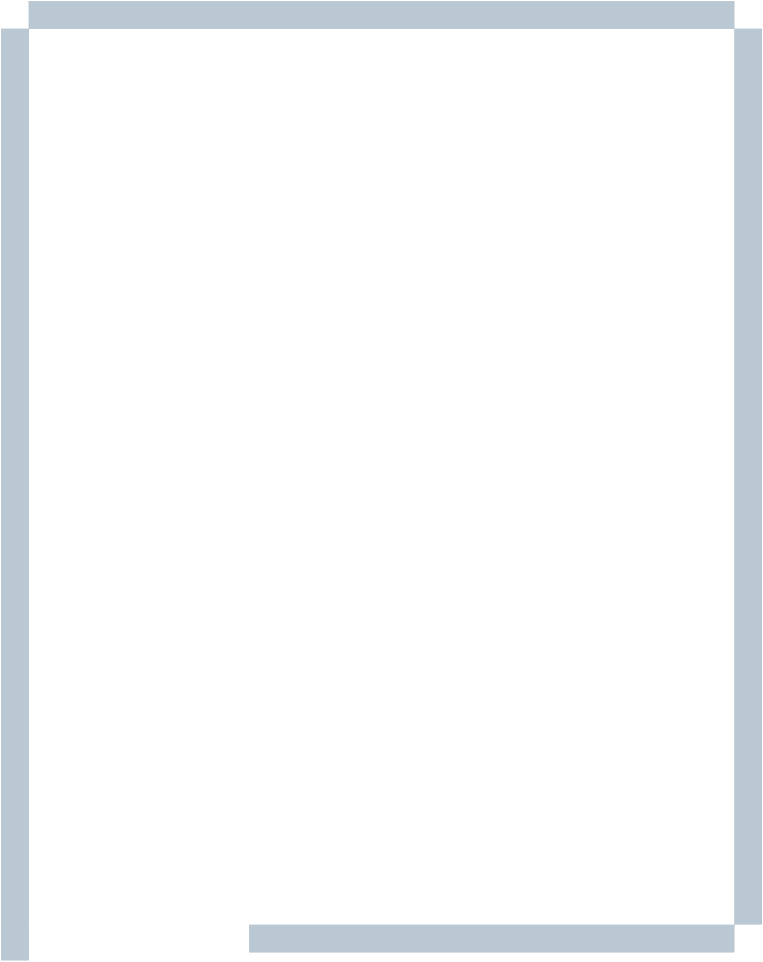
Earlier version of the draw.io diagram Диаграмма без названия.drawio (Tretyak0ff/schemes). Source tidied: cells renumbered, new cells numbered last; positions are measured from the earlier drawing's top-left corner, leaving out a move shared by most shapes. Both pictures are drawn from the tidied source at 7%, with x=0, y=0 at pixel (1, 1).
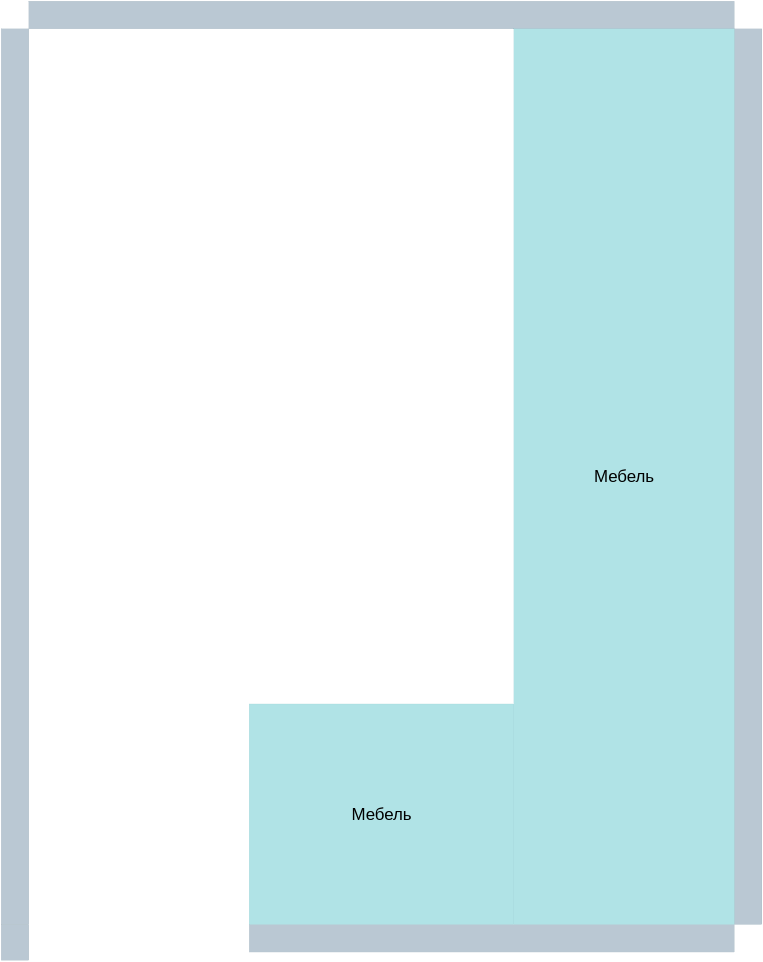
After the change.

The edit, as a diff of the source:
```diff
@@
 <mxGraphModel background="#ffffff">
   <root>
     <mxCell id="0" />
     <mxCell id="1" parent="0" />
     <mxCell id="2" style="rounded=0;whiteSpace=wrap;html=1;fillColor=#bac8d3;strokeColor=#23445d;" parent="1" vertex="1">
       <mxGeometry x="10473" y="394" width="393.7" height="12795.2" as="geometry" />
     </mxCell>
     <mxCell id="3" style="rounded=0;whiteSpace=wrap;html=1;fillColor=#bac8d3;strokeColor=#23445d;" parent="1" vertex="1">
       <mxGeometry x="394" width="10078.7" height="393.7" as="geometry" />
     </mxCell>
     <mxCell id="4" style="rounded=0;whiteSpace=wrap;html=1;fillColor=#bac8d3;strokeColor=#23445d;" parent="1" vertex="1">
       <mxGeometry x="0.3" y="393.7" width="393.7" height="12795.2" as="geometry" />
     </mxCell>
     <mxCell id="5" style="rounded=0;whiteSpace=wrap;html=1;fillColor=#bac8d3;strokeColor=#23445d;" parent="1" vertex="1">
-      <mxGeometry x="3543.9" y="13194" width="6929.1" height="393.7" as="geometry" />
+      <mxGeometry x="3543.6" y="13189.2" width="6929.1" height="393.7" as="geometry" />
     </mxCell>
     <mxCell id="6" style="rounded=0;whiteSpace=wrap;html=1;fillColor=#bac8d3;strokeColor=#23445d;" parent="1" vertex="1">
       <mxGeometry x="0.3" y="13189.2" width="393.7" height="511.8" as="geometry" />
     </mxCell>
+    <mxCell id="7" value="&lt;font style=&quot;font-size: 240px;&quot;&gt;Мебель&lt;/font&gt;" style="rounded=0;whiteSpace=wrap;html=1;fillColor=#b0e3e6;strokeColor=#0e8088;" parent="1" vertex="1">
+      <mxGeometry x="7323.4" y="393.7" width="3149.6" height="12795.2" as="geometry" />
+    </mxCell>
+    <mxCell id="8" value="&lt;font style=&quot;font-size: 240px;&quot;&gt;Мебель&lt;/font&gt;" style="rounded=0;whiteSpace=wrap;html=1;fillColor=#b0e3e6;strokeColor=#0e8088;" parent="1" vertex="1">
+      <mxGeometry x="3543" y="10039.4" width="3780.4" height="3149.6" as="geometry" />
+    </mxCell>
   </root>
 </mxGraphModel>
```
